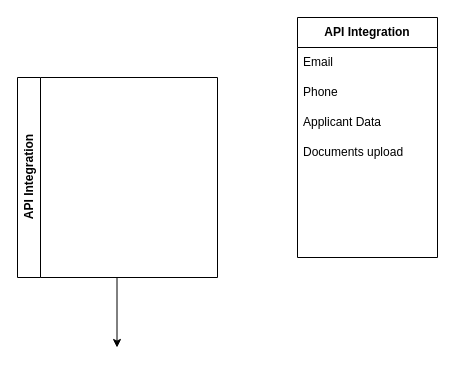
Before: Untitled Diagram.drawio in ghazaryan-arthur/Draw, a draw.io diagram. Source tidied: cells renumbered, new cells numbered last; positions are measured from the earlier drawing's top-left corner, leaving out a move shared by most shapes. Both pictures are drawn from the tidied source at 100%, with x=0, y=0 at pixel (17, 17).
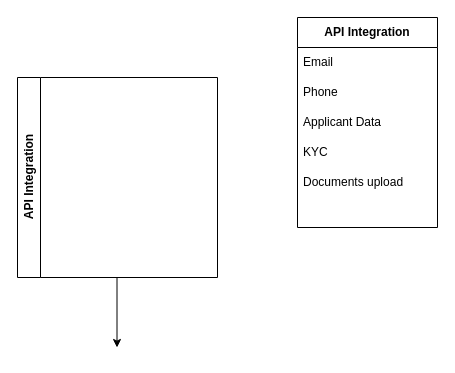
After the change.

The edit, as a diff of the source:
```diff
@@
 <mxGraphModel>
   <root>
     <mxCell id="0" />
     <mxCell id="1" parent="0" />
     <mxCell id="2" style="edgeStyle=orthogonalEdgeStyle;rounded=0;orthogonalLoop=1;jettySize=auto;html=1;" parent="1" edge="1">
       <mxGeometry relative="1" as="geometry">
         <mxPoint x="99.5" y="260" as="sourcePoint" />
         <mxPoint x="99.5" y="330" as="targetPoint" />
       </mxGeometry>
     </mxCell>
     <mxCell id="3" value="API Integration" style="swimlane;horizontal=0;whiteSpace=wrap;html=1;" parent="1" vertex="1">
       <mxGeometry y="60" width="200" height="200" as="geometry" />
     </mxCell>
     <mxCell id="4" value="&lt;b&gt;API Integration&lt;/b&gt;" style="swimlane;fontStyle=0;horizontal=1;startSize=30;whiteSpace=wrap;html=1;" parent="1" vertex="1">
-      <mxGeometry x="280" width="140" height="240" as="geometry" />
+      <mxGeometry x="280" width="140" height="210" as="geometry" />
     </mxCell>
     <mxCell id="5" value="Email" style="text;strokeColor=none;fillColor=none;align=left;verticalAlign=middle;spacingLeft=4;spacingRight=4;overflow=hidden;whiteSpace=wrap;html=1;" parent="4" vertex="1">
       <mxGeometry y="30" width="140" height="30" as="geometry" />
     </mxCell>
     <mxCell id="6" value="Phone" style="text;strokeColor=none;fillColor=none;align=left;verticalAlign=middle;spacingLeft=4;spacingRight=4;overflow=hidden;whiteSpace=wrap;html=1;" parent="4" vertex="1">
       <mxGeometry y="60" width="140" height="30" as="geometry" />
     </mxCell>
     <mxCell id="7" value="Applicant Data" style="text;strokeColor=none;fillColor=none;align=left;verticalAlign=middle;spacingLeft=4;spacingRight=4;overflow=hidden;whiteSpace=wrap;html=1;" parent="4" vertex="1">
       <mxGeometry y="90" width="140" height="30" as="geometry" />
     </mxCell>
-    <mxCell id="8" value="Documents upload" style="text;strokeColor=none;fillColor=none;align=left;verticalAlign=middle;spacingLeft=4;spacingRight=4;overflow=hidden;whiteSpace=wrap;html=1;" parent="4" vertex="1">
-      <mxGeometry y="120" width="140" height="30" as="geometry" />
-    </mxCell>
-    <mxCell id="9" style="text;strokeColor=none;fillColor=none;align=left;verticalAlign=middle;spacingLeft=4;spacingRight=4;overflow=hidden;whiteSpace=wrap;html=1;" parent="4" vertex="1">
-      <mxGeometry y="150" width="140" height="30" as="geometry" />
+    <mxCell id="9" value="KYC" style="text;strokeColor=none;fillColor=none;align=left;verticalAlign=middle;spacingLeft=4;spacingRight=4;overflow=hidden;whiteSpace=wrap;html=1;" parent="4" vertex="1">
+      <mxGeometry y="120" width="140" height="30" as="geometry" />
     </mxCell>
-    <mxCell id="10" style="text;strokeColor=none;fillColor=none;align=left;verticalAlign=middle;spacingLeft=4;spacingRight=4;overflow=hidden;whiteSpace=wrap;html=1;" parent="4" vertex="1">
-      <mxGeometry y="180" width="140" height="30" as="geometry" />
+    <mxCell id="10" value="Documents upload" style="text;strokeColor=none;fillColor=none;align=left;verticalAlign=middle;spacingLeft=4;spacingRight=4;overflow=hidden;whiteSpace=wrap;html=1;" parent="4" vertex="1">
+      <mxGeometry y="150" width="140" height="30" as="geometry" />
     </mxCell>
     <mxCell id="11" style="text;strokeColor=none;fillColor=none;align=left;verticalAlign=middle;spacingLeft=4;spacingRight=4;overflow=hidden;whiteSpace=wrap;html=1;" parent="4" vertex="1">
-      <mxGeometry y="210" width="140" height="30" as="geometry" />
+      <mxGeometry y="180" width="140" height="30" as="geometry" />
     </mxCell>
   </root>
 </mxGraphModel>
```
